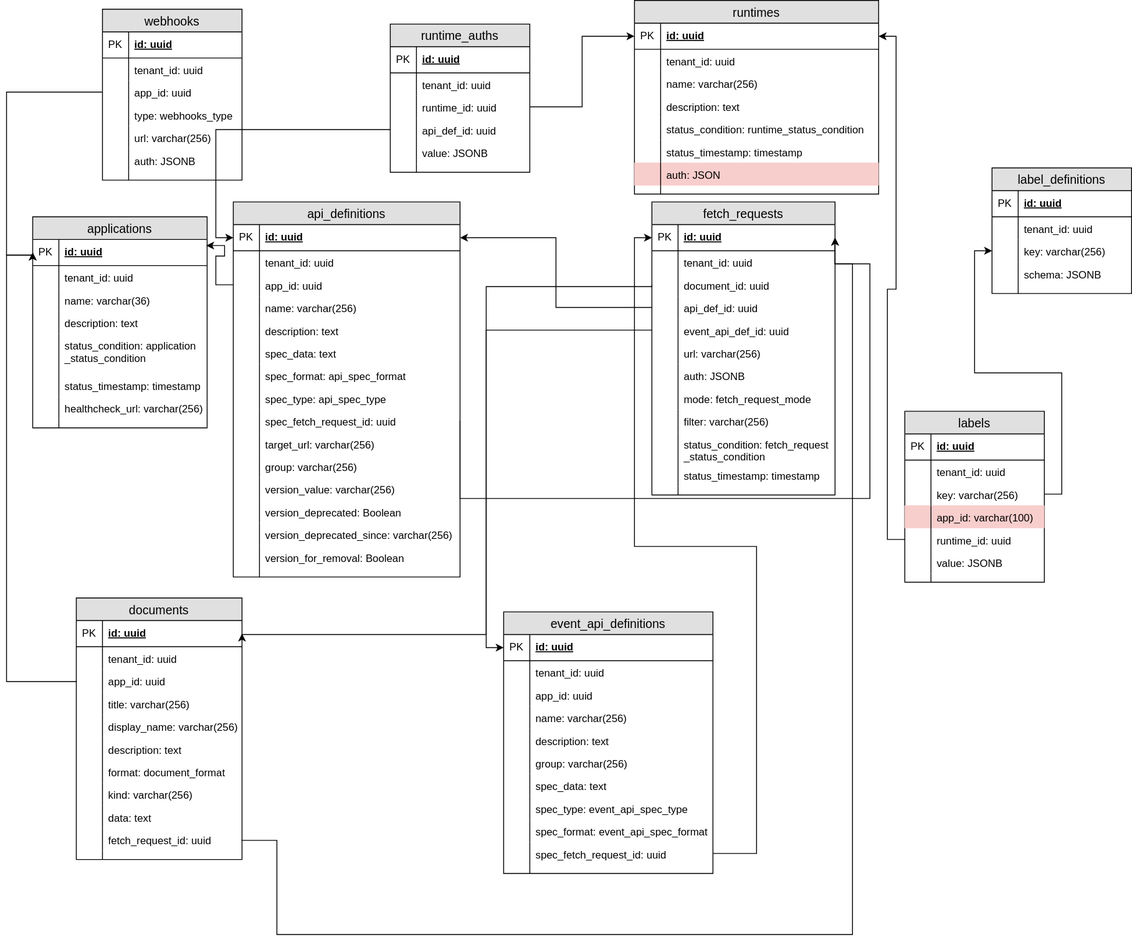
Before: docs/architecture/assets/entity_diagram.svg, a diagram exported from draw.io (kyma-incubator/compass). Source tidied: cells renumbered, new cells last; positions are measured from the earlier drawing's top-left corner, leaving out a move shared by most shapes.
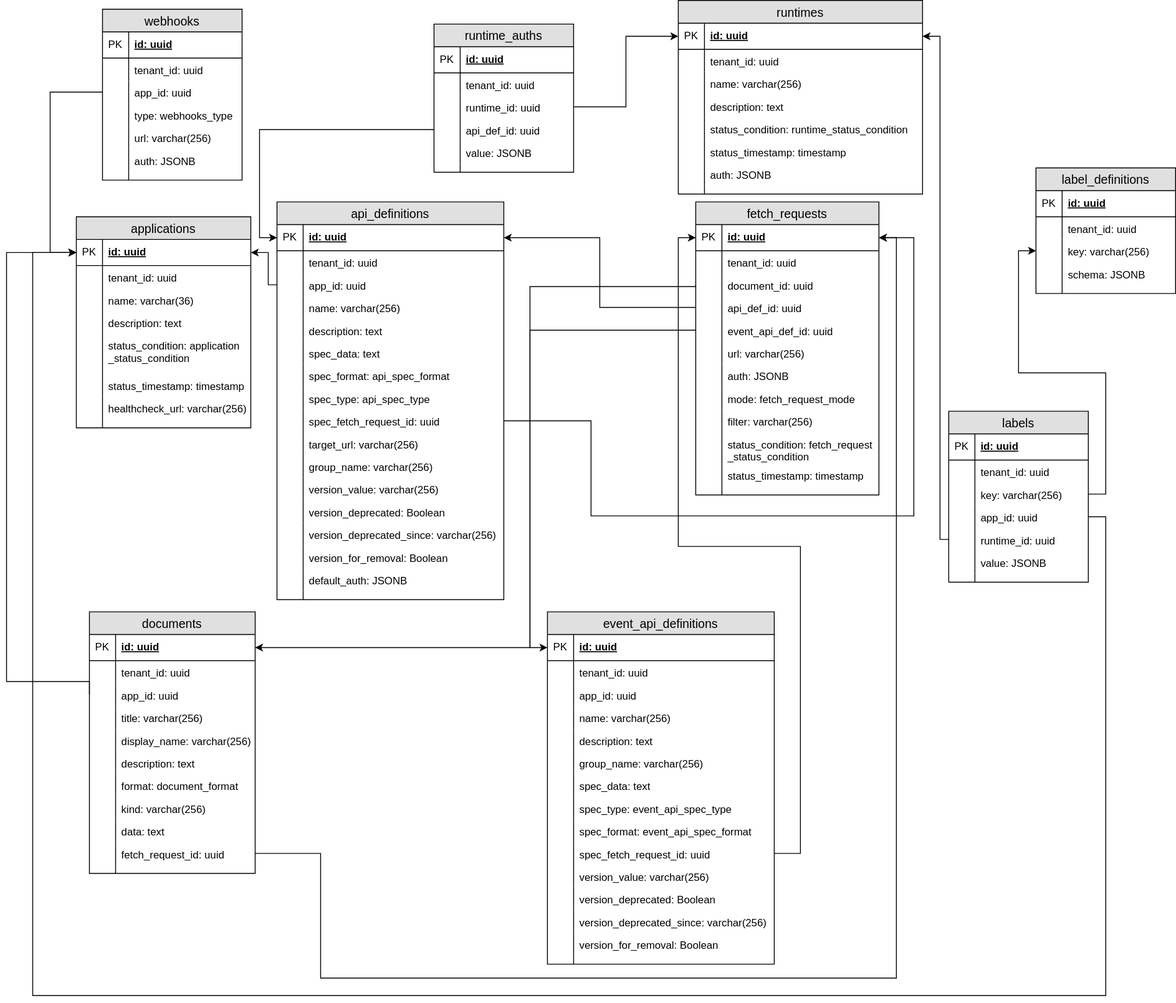
Later version of the same file.

Commit message:
Define Database Schema for missing domains (#219)

The edit, as a diff of the source:
```diff
@@ -56,3 +56,3 @@
     <mxCell id="19" value="webhooks" style="swimlane;fontStyle=0;horizontal=1;startSize=26;fillColor=#e0e0e0;swimlaneFillColor=#ffffff;align=center;fontSize=14;" parent="1" vertex="1">
-      <mxGeometry x="110" y="10" width="160" height="196" as="geometry" />
+      <mxGeometry x="60" y="10" width="160" height="196" as="geometry" />
     </mxCell>
@@ -215,3 +215,3 @@
     <mxCell id="72" value="api_definitions" style="swimlane;fontStyle=0;horizontal=1;startSize=26;fillColor=#e0e0e0;swimlaneFillColor=#ffffff;align=center;fontSize=14;" parent="1" vertex="1">
-      <mxGeometry x="260" y="231" width="260" height="430" as="geometry" />
+      <mxGeometry x="260" y="231" width="260" height="456" as="geometry" />
     </mxCell>
@@ -277,3 +277,3 @@
     </mxCell>
-    <mxCell id="93" value="group: varchar(256)" style="shape=partialRectangle;top=0;left=0;right=0;bottom=0;align=left;verticalAlign=top;fillColor=none;spacingLeft=34;spacingRight=4;overflow=hidden;fontSize=12;" parent="72" vertex="1">
+    <mxCell id="93" value="group_name: varchar(256)" style="shape=partialRectangle;top=0;left=0;right=0;bottom=0;align=left;verticalAlign=top;fillColor=none;spacingLeft=34;spacingRight=4;overflow=hidden;fontSize=12;" parent="72" vertex="1">
       <mxGeometry y="290" width="260" height="26" as="geometry" />
@@ -307,4 +307,10 @@
     </mxCell>
+    <mxCell id="207" value="default_auth: JSONB" style="shape=partialRectangle;top=0;left=0;right=0;bottom=0;align=left;verticalAlign=top;fillColor=none;spacingLeft=34;spacingRight=4;overflow=hidden;fontSize=12;" parent="72" vertex="1">
+      <mxGeometry y="420" width="260" height="26" as="geometry" />
+    </mxCell>
+    <mxCell id="208" style="shape=partialRectangle;top=0;left=0;bottom=0;fillColor=none;align=left;verticalAlign=top;spacingLeft=4;spacingRight=4;overflow=hidden;fontSize=12;" parent="207" vertex="1">
+      <mxGeometry width="30" height="26" as="geometry" />
+    </mxCell>
     <mxCell id="103" style="shape=partialRectangle;top=0;left=0;right=0;bottom=0;align=left;verticalAlign=top;fillColor=none;spacingLeft=34;spacingRight=4;overflow=hidden;fontSize=12;" parent="72" vertex="1">
-      <mxGeometry y="420" width="260" height="10" as="geometry" />
+      <mxGeometry y="446" width="260" height="10" as="geometry" />
     </mxCell>
@@ -314,6 +320,6 @@
     <mxCell id="105" value="event_api_definitions" style="swimlane;fontStyle=0;horizontal=1;startSize=26;fillColor=#e0e0e0;swimlaneFillColor=#ffffff;align=center;fontSize=14;" parent="1" vertex="1">
-      <mxGeometry x="570" y="701" width="240" height="300" as="geometry" />
+      <mxGeometry x="570" y="701" width="260" height="404" as="geometry" />
     </mxCell>
     <mxCell id="106" value="id: uuid" style="shape=partialRectangle;top=0;left=0;right=0;bottom=1;align=left;verticalAlign=middle;fillColor=none;spacingLeft=34;spacingRight=4;overflow=hidden;points=[[0,0.5],[1,0.5]];portConstraint=eastwest;fontStyle=5;fontSize=12;" parent="105" vertex="1">
-      <mxGeometry y="26" width="240" height="30" as="geometry" />
+      <mxGeometry y="26" width="260" height="30" as="geometry" />
     </mxCell>
@@ -323,3 +329,3 @@
     <mxCell id="108" value="tenant_id: uuid" style="shape=partialRectangle;top=0;left=0;right=0;bottom=0;align=left;verticalAlign=top;fillColor=none;spacingLeft=34;spacingRight=4;overflow=hidden;fontSize=12;" parent="105" vertex="1">
-      <mxGeometry y="56" width="240" height="26" as="geometry" />
+      <mxGeometry y="56" width="260" height="26" as="geometry" />
     </mxCell>
@@ -329,3 +335,3 @@
     <mxCell id="110" value="app_id: uuid" style="shape=partialRectangle;top=0;left=0;right=0;bottom=0;align=left;verticalAlign=top;fillColor=none;spacingLeft=34;spacingRight=4;overflow=hidden;fontSize=12;" parent="105" vertex="1">
-      <mxGeometry y="82" width="240" height="26" as="geometry" />
+      <mxGeometry y="82" width="260" height="26" as="geometry" />
     </mxCell>
@@ -335,3 +341,3 @@
     <mxCell id="112" value="name: varchar(256)" style="shape=partialRectangle;top=0;left=0;right=0;bottom=0;align=left;verticalAlign=top;fillColor=none;spacingLeft=34;spacingRight=4;overflow=hidden;fontSize=12;" parent="105" vertex="1">
-      <mxGeometry y="108" width="240" height="26" as="geometry" />
+      <mxGeometry y="108" width="260" height="26" as="geometry" />
     </mxCell>
@@ -341,3 +347,3 @@
     <mxCell id="114" value="description: text" style="shape=partialRectangle;top=0;left=0;right=0;bottom=0;align=left;verticalAlign=top;fillColor=none;spacingLeft=34;spacingRight=4;overflow=hidden;fontSize=12;" parent="105" vertex="1">
-      <mxGeometry y="134" width="240" height="26" as="geometry" />
+      <mxGeometry y="134" width="260" height="26" as="geometry" />
     </mxCell>
@@ -346,4 +352,4 @@
     </mxCell>
-    <mxCell id="116" value="group: varchar(256)" style="shape=partialRectangle;top=0;left=0;right=0;bottom=0;align=left;verticalAlign=top;fillColor=none;spacingLeft=34;spacingRight=4;overflow=hidden;fontSize=12;" parent="105" vertex="1">
-      <mxGeometry y="160" width="240" height="26" as="geometry" />
+    <mxCell id="116" value="group_name: varchar(256)" style="shape=partialRectangle;top=0;left=0;right=0;bottom=0;align=left;verticalAlign=top;fillColor=none;spacingLeft=34;spacingRight=4;overflow=hidden;fontSize=12;" parent="105" vertex="1">
+      <mxGeometry y="160" width="260" height="26" as="geometry" />
     </mxCell>
@@ -353,3 +359,3 @@
     <mxCell id="118" value="spec_data: text" style="shape=partialRectangle;top=0;left=0;right=0;bottom=0;align=left;verticalAlign=top;fillColor=none;spacingLeft=34;spacingRight=4;overflow=hidden;fontSize=12;" parent="105" vertex="1">
-      <mxGeometry y="186" width="240" height="26" as="geometry" />
+      <mxGeometry y="186" width="260" height="26" as="geometry" />
     </mxCell>
@@ -359,3 +365,3 @@
     <mxCell id="120" value="spec_type: event_api_spec_type" style="shape=partialRectangle;top=0;left=0;right=0;bottom=0;align=left;verticalAlign=top;fillColor=none;spacingLeft=34;spacingRight=4;overflow=hidden;fontSize=12;" parent="105" vertex="1">
-      <mxGeometry y="212" width="240" height="26" as="geometry" />
+      <mxGeometry y="212" width="260" height="26" as="geometry" />
     </mxCell>
@@ -365,3 +371,3 @@
     <mxCell id="122" value="spec_format: event_api_spec_format" style="shape=partialRectangle;top=0;left=0;right=0;bottom=0;align=left;verticalAlign=top;fillColor=none;spacingLeft=34;spacingRight=4;overflow=hidden;fontSize=12;" parent="105" vertex="1">
-      <mxGeometry y="238" width="240" height="26" as="geometry" />
+      <mxGeometry y="238" width="260" height="26" as="geometry" />
     </mxCell>
@@ -371,3 +377,3 @@
     <mxCell id="124" value="spec_fetch_request_id: uuid" style="shape=partialRectangle;top=0;left=0;right=0;bottom=0;align=left;verticalAlign=top;fillColor=none;spacingLeft=34;spacingRight=4;overflow=hidden;points=[[0,0.5],[1,0.5]];portConstraint=eastwest;fontSize=12;" parent="105" vertex="1">
-      <mxGeometry y="264" width="240" height="26" as="geometry" />
+      <mxGeometry y="264" width="260" height="26" as="geometry" />
     </mxCell>
@@ -376,4 +382,28 @@
     </mxCell>
+    <mxCell id="209" value="version_value: varchar(256)" style="shape=partialRectangle;top=0;left=0;right=0;bottom=0;align=left;verticalAlign=top;fillColor=none;spacingLeft=34;spacingRight=4;overflow=hidden;fontSize=12;" parent="105" vertex="1">
+      <mxGeometry y="290" width="260" height="26" as="geometry" />
+    </mxCell>
+    <mxCell id="210" style="shape=partialRectangle;top=0;left=0;bottom=0;fillColor=none;align=left;verticalAlign=top;spacingLeft=4;spacingRight=4;overflow=hidden;fontSize=12;" parent="209" vertex="1">
+      <mxGeometry width="30" height="26" as="geometry" />
+    </mxCell>
+    <mxCell id="211" value="version_deprecated: Boolean" style="shape=partialRectangle;top=0;left=0;right=0;bottom=0;align=left;verticalAlign=top;fillColor=none;spacingLeft=34;spacingRight=4;overflow=hidden;fontSize=12;" parent="105" vertex="1">
+      <mxGeometry y="316" width="260" height="26" as="geometry" />
+    </mxCell>
+    <mxCell id="212" style="shape=partialRectangle;top=0;left=0;bottom=0;fillColor=none;align=left;verticalAlign=top;spacingLeft=4;spacingRight=4;overflow=hidden;fontSize=12;" parent="211" vertex="1">
+      <mxGeometry width="30" height="26" as="geometry" />
+    </mxCell>
+    <mxCell id="213" value="version_deprecated_since: varchar(256)" style="shape=partialRectangle;top=0;left=0;right=0;bottom=0;align=left;verticalAlign=top;fillColor=none;spacingLeft=34;spacingRight=4;overflow=hidden;fontSize=12;" parent="105" vertex="1">
+      <mxGeometry y="342" width="260" height="26" as="geometry" />
+    </mxCell>
+    <mxCell id="214" style="shape=partialRectangle;top=0;left=0;bottom=0;fillColor=none;align=left;verticalAlign=top;spacingLeft=4;spacingRight=4;overflow=hidden;fontSize=12;" parent="213" vertex="1">
+      <mxGeometry width="30" height="26" as="geometry" />
+    </mxCell>
+    <mxCell id="215" value="version_for_removal: Boolean" style="shape=partialRectangle;top=0;left=0;right=0;bottom=0;align=left;verticalAlign=top;fillColor=none;spacingLeft=34;spacingRight=4;overflow=hidden;fontSize=12;" parent="105" vertex="1">
+      <mxGeometry y="368" width="260" height="26" as="geometry" />
+    </mxCell>
+    <mxCell id="216" style="shape=partialRectangle;top=0;left=0;bottom=0;fillColor=none;align=left;verticalAlign=top;spacingLeft=4;spacingRight=4;overflow=hidden;fontSize=12;" parent="215" vertex="1">
+      <mxGeometry width="30" height="26" as="geometry" />
+    </mxCell>
     <mxCell id="126" style="shape=partialRectangle;top=0;left=0;right=0;bottom=0;align=left;verticalAlign=top;fillColor=none;spacingLeft=34;spacingRight=4;overflow=hidden;fontSize=12;" parent="105" vertex="1">
-      <mxGeometry y="290" width="240" height="10" as="geometry" />
+      <mxGeometry y="394" width="260" height="10" as="geometry" />
     </mxCell>
@@ -383,3 +413,3 @@
     <mxCell id="128" value="documents" style="swimlane;fontStyle=0;horizontal=1;startSize=26;fillColor=#e0e0e0;swimlaneFillColor=#ffffff;align=center;fontSize=14;" parent="1" vertex="1">
-      <mxGeometry x="80" y="685" width="190" height="300" as="geometry" />
+      <mxGeometry x="45" y="701" width="190" height="300" as="geometry" />
     </mxCell>
@@ -455,3 +485,3 @@
           <mxPoint y="105" />
-          <mxPoint y="292" />
+          <mxPoint y="289" />
         </Array>
@@ -468,4 +498,5 @@
         <Array as="points">
+          <mxPoint x="740" y="328" />
           <mxPoint x="550" y="328" />
-          <mxPoint x="550" y="727" />
+          <mxPoint x="550" y="742" />
         </Array>
@@ -492,7 +523,6 @@
         <Array as="points">
-          <mxPoint x="310" y="963" />
-          <mxPoint x="310" y="1071" />
-          <mxPoint x="970" y="1071" />
-          <mxPoint x="970" y="302" />
-          <mxPoint x="950" y="302" />
+          <mxPoint x="310" y="978" />
+          <mxPoint x="310" y="1121" />
+          <mxPoint x="970" y="1121" />
+          <mxPoint x="970" y="272" />
         </Array>
@@ -503,5 +533,6 @@
         <Array as="points">
-          <mxPoint x="520" y="571" />
-          <mxPoint x="990" y="571" />
-          <mxPoint x="990" y="302" />
+          <mxPoint x="620" y="482" />
+          <mxPoint x="620" y="591" />
+          <mxPoint x="990" y="591" />
+          <mxPoint x="990" y="272" />
         </Array>
@@ -509,4 +540,9 @@
     </mxCell>
-    <mxCell id="160" style="edgeStyle=orthogonalEdgeStyle;rounded=0;jettySize=auto;html=1;exitX=0;exitY=0.5;exitDx=0;exitDy=0;entryX=0.996;entryY=0.233;entryDx=0;entryDy=0;entryPerimeter=0;" parent="1" edge="1" source="77" target="3">
-      <mxGeometry relative="1" as="geometry" />
+    <mxCell id="160" style="edgeStyle=orthogonalEdgeStyle;rounded=0;jettySize=auto;html=1;exitX=0;exitY=0.5;exitDx=0;exitDy=0;entryX=1;entryY=0.5;entryDx=0;entryDy=0;" parent="1" edge="1" source="77" target="3">
+      <mxGeometry relative="1" as="geometry">
+        <Array as="points">
+          <mxPoint x="250" y="326" />
+          <mxPoint x="250" y="289" />
+        </Array>
+      </mxGeometry>
     </mxCell>
@@ -515,4 +551,5 @@
         <Array as="points">
-          <mxPoint y="781" />
-          <mxPoint y="292" />
+          <mxPoint x="45" y="781" />
+          <mxPoint x="-50" y="781" />
+          <mxPoint x="-50" y="289" />
         </Array>
@@ -559,3 +596,3 @@
     </mxCell>
-    <mxCell id="175" value="auth: JSON" style="shape=partialRectangle;top=0;left=0;right=0;bottom=0;align=left;verticalAlign=top;fillColor=#f8cecc;spacingLeft=34;spacingRight=4;overflow=hidden;fontSize=12;strokeColor=#b85450;" parent="162" vertex="1">
+    <mxCell id="175" value="auth: JSONB" style="shape=partialRectangle;top=0;left=0;right=0;bottom=0;align=left;verticalAlign=top;spacingLeft=34;spacingRight=4;overflow=hidden;fontSize=12;fillColor=none;" parent="162" vertex="1">
       <mxGeometry y="186" width="280" height="26" as="geometry" />
@@ -625,3 +662,3 @@
     </mxCell>
-    <mxCell id="197" value="app_id: varchar(100)" style="shape=partialRectangle;top=0;left=0;right=0;bottom=0;align=left;verticalAlign=top;fillColor=#f8cecc;spacingLeft=34;spacingRight=4;overflow=hidden;points=[[0,0.5],[1,0.5]];portConstraint=eastwest;fontSize=12;strokeColor=#b85450;" parent="190" vertex="1">
+    <mxCell id="197" value="app_id: uuid" style="shape=partialRectangle;top=0;left=0;right=0;bottom=0;align=left;verticalAlign=top;fillColor=none;spacingLeft=34;spacingRight=4;overflow=hidden;points=[[0,0.5],[1,0.5]];portConstraint=eastwest;fontSize=12;strokeColor=#b85450;" parent="190" vertex="1">
       <mxGeometry y="108" width="160" height="26" as="geometry" />
@@ -650,3 +687,8 @@
     <mxCell id="205" style="edgeStyle=orthogonalEdgeStyle;rounded=0;jettySize=auto;html=1;exitX=0;exitY=0.5;exitDx=0;exitDy=0;" parent="1" edge="1" source="199" target="163">
-      <mxGeometry relative="1" as="geometry" />
+      <mxGeometry relative="1" as="geometry">
+        <Array as="points">
+          <mxPoint x="1020" y="618" />
+          <mxPoint x="1020" y="41" />
+        </Array>
+      </mxGeometry>
     </mxCell>
@@ -655,2 +697,12 @@
     </mxCell>
+    <mxCell id="217" style="edgeStyle=orthogonalEdgeStyle;rounded=0;jettySize=auto;html=1;exitX=1;exitY=0.5;exitDx=0;exitDy=0;" parent="1" edge="1" source="197" target="3">
+      <mxGeometry relative="1" as="geometry">
+        <Array as="points">
+          <mxPoint x="1210" y="592" />
+          <mxPoint x="1210" y="1141" />
+          <mxPoint x="-20" y="1141" />
+          <mxPoint x="-20" y="289" />
+        </Array>
+      </mxGeometry>
+    </mxCell>
   </root>
```
